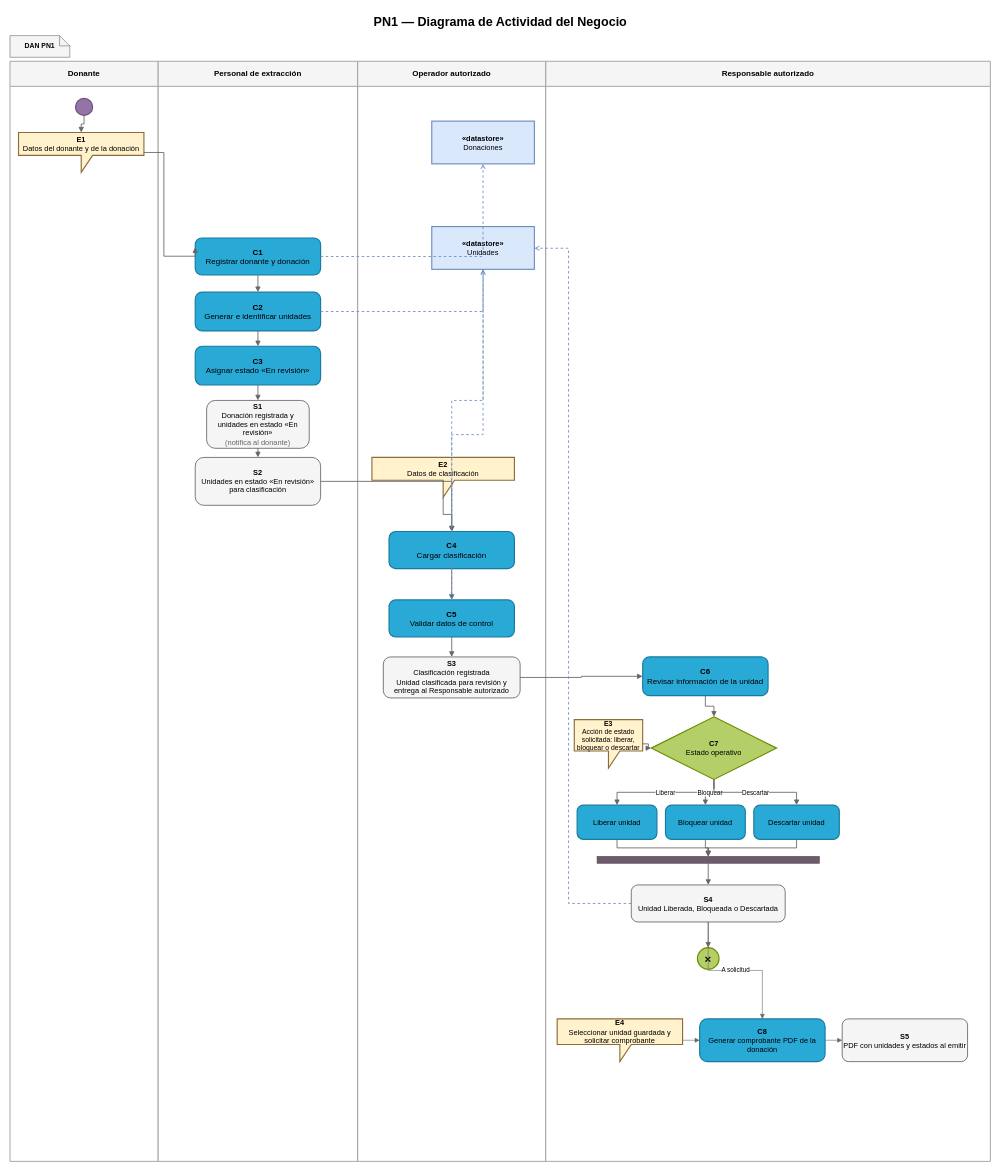
Above: Diagramas/Secuencia de Roles/PN1_DiagramaActividadNegocio.drawio in juanNH/Ingenieria-de-Software (draw.io), before the change. Source tidied: cells renumbered, new cells numbered last; positions are measured from the earlier drawing's top-left corner, leaving out a move shared by most shapes. Both pictures are drawn from the tidied source at 57%, with x=0, y=0 at pixel (10, 10).
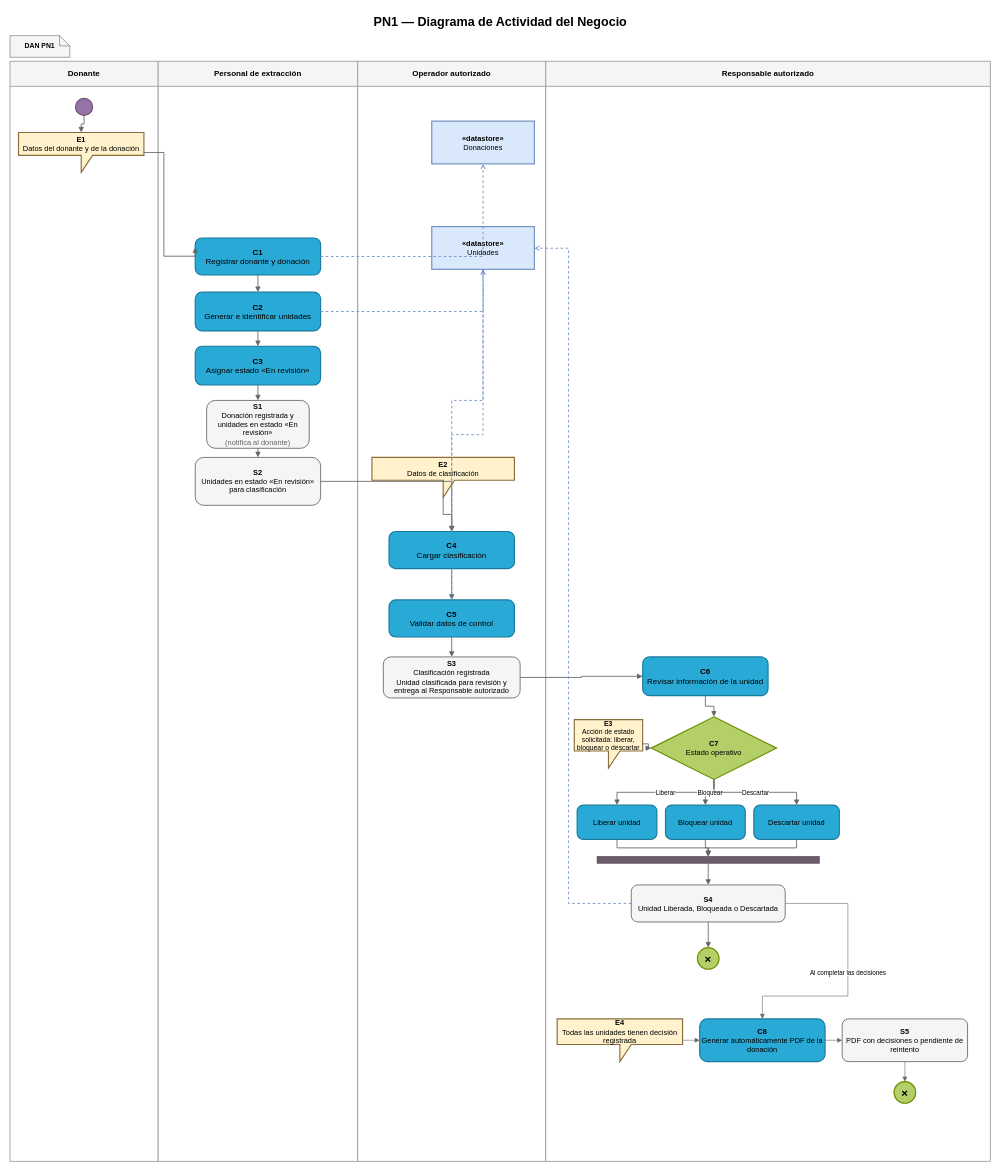
Above is the later version.

Unchanged cells that the change refers to:
```xml
<mxCell id="28" value="&lt;b&gt;S4&lt;/b&gt;&lt;br&gt;Unidad Liberada, Bloqueada o Descartada" style="rounded=1;whiteSpace=wrap;html=1;arcSize=18;fillColor=#f5f5f5;strokeColor=#666666;strokeWidth=1.5;fontSize=13;fontFamily=Arial;align=center;verticalAlign=middle;" parent="1" vertex="1">
  <mxGeometry x="1090" y="1535" width="270" height="65" as="geometry" />
</mxCell>
```

Change to the diagram source:
```diff
@@
-    <mxCell id="56" value="&lt;b&gt;E4&lt;/b&gt;&lt;br&gt;Seleccionar unidad guardada y solicitar comprobante" style="shape=callout;whiteSpace=wrap;html=1;fillColor=#fff2cc;strokeColor=#8a6d3b;strokeWidth=2;fontSize=13;fontFamily=Arial;align=center;verticalAlign=middle;" parent="1" vertex="1">
+    <mxCell id="56" value="&lt;b&gt;E4&lt;/b&gt;&lt;br&gt;Todas las unidades tienen decisión registrada" style="shape=callout;whiteSpace=wrap;html=1;fillColor=#fff2cc;strokeColor=#8a6d3b;strokeWidth=2;fontSize=13;fontFamily=Arial;align=center;verticalAlign=middle;" parent="1" vertex="1">
       <mxGeometry x="960" y="1770" width="220" height="75" as="geometry" />
     </mxCell>
-    <mxCell id="57" value="&lt;b&gt;C8&lt;/b&gt;&lt;br&gt;Generar comprobante PDF de la donación" style="rounded=1;whiteSpace=wrap;html=1;arcSize=18;fillColor=#29a9d6;strokeColor=#197a9d;strokeWidth=2;fontSize=13;fontFamily=Arial;align=center;verticalAlign=middle;" parent="1" vertex="1">
+    <mxCell id="57" value="&lt;b&gt;C8&lt;/b&gt;&lt;br&gt;Generar automáticamente PDF de la donación" style="rounded=1;whiteSpace=wrap;html=1;arcSize=18;fillColor=#29a9d6;strokeColor=#197a9d;strokeWidth=2;fontSize=13;fontFamily=Arial;align=center;verticalAlign=middle;" parent="1" vertex="1">
       <mxGeometry x="1210" y="1770" width="220" height="75" as="geometry" />
     </mxCell>
-    <mxCell id="58" value="&lt;b&gt;S5&lt;/b&gt;&lt;br&gt;PDF con unidades y estados al emitir" style="rounded=1;whiteSpace=wrap;html=1;fillColor=#f5f5f5;strokeColor=#666666;strokeWidth=1.5;fontSize=13;fontFamily=Arial;align=center;verticalAlign=middle;" parent="1" vertex="1">
+    <mxCell id="58" value="&lt;b&gt;S5&lt;/b&gt;&lt;br&gt;PDF con decisiones o pendiente de reintento" style="rounded=1;whiteSpace=wrap;html=1;fillColor=#f5f5f5;strokeColor=#666666;strokeWidth=1.5;fontSize=13;fontFamily=Arial;align=center;verticalAlign=middle;" parent="1" vertex="1">
       <mxGeometry x="1460" y="1770" width="220" height="75" as="geometry" />
     </mxCell>
@@
-    <mxCell id="60" value="A solicitud" style="edgeStyle=orthogonalEdgeStyle;rounded=0;html=1;endArrow=block;endFill=1;strokeColor=#666666;fontSize=11;" parent="1" edge="1" source="28" target="57">
-      <mxGeometry relative="1" as="geometry" />
+    <mxCell id="60" value="Al completar las decisiones" style="edgeStyle=orthogonalEdgeStyle;rounded=0;html=1;endArrow=block;endFill=1;strokeColor=#666666;fontSize=11;" parent="1" edge="1" source="28" target="57">
+      <mxGeometry relative="1" as="geometry">
+        <Array as="points">
+          <mxPoint x="1470" y="1568" />
+          <mxPoint x="1470" y="1730" />
+          <mxPoint x="1320" y="1730" />
+        </Array>
+      </mxGeometry>
     </mxCell>
@@
+    <mxCell id="62" value="×" style="ellipse;whiteSpace=wrap;html=1;fillColor=#b4cf68;strokeColor=#6c8e00;strokeWidth=2;fontStyle=1;fontSize=20;" parent="1" vertex="1">
+      <mxGeometry x="1551" y="1880" width="38" height="38" as="geometry" />
+    </mxCell>
+    <mxCell id="63" style="edgeStyle=orthogonalEdgeStyle;rounded=0;html=1;endArrow=block;endFill=1;strokeColor=#666666;" parent="1" edge="1" source="58" target="62">
+      <mxGeometry relative="1" as="geometry" />
+    </mxCell>
```
